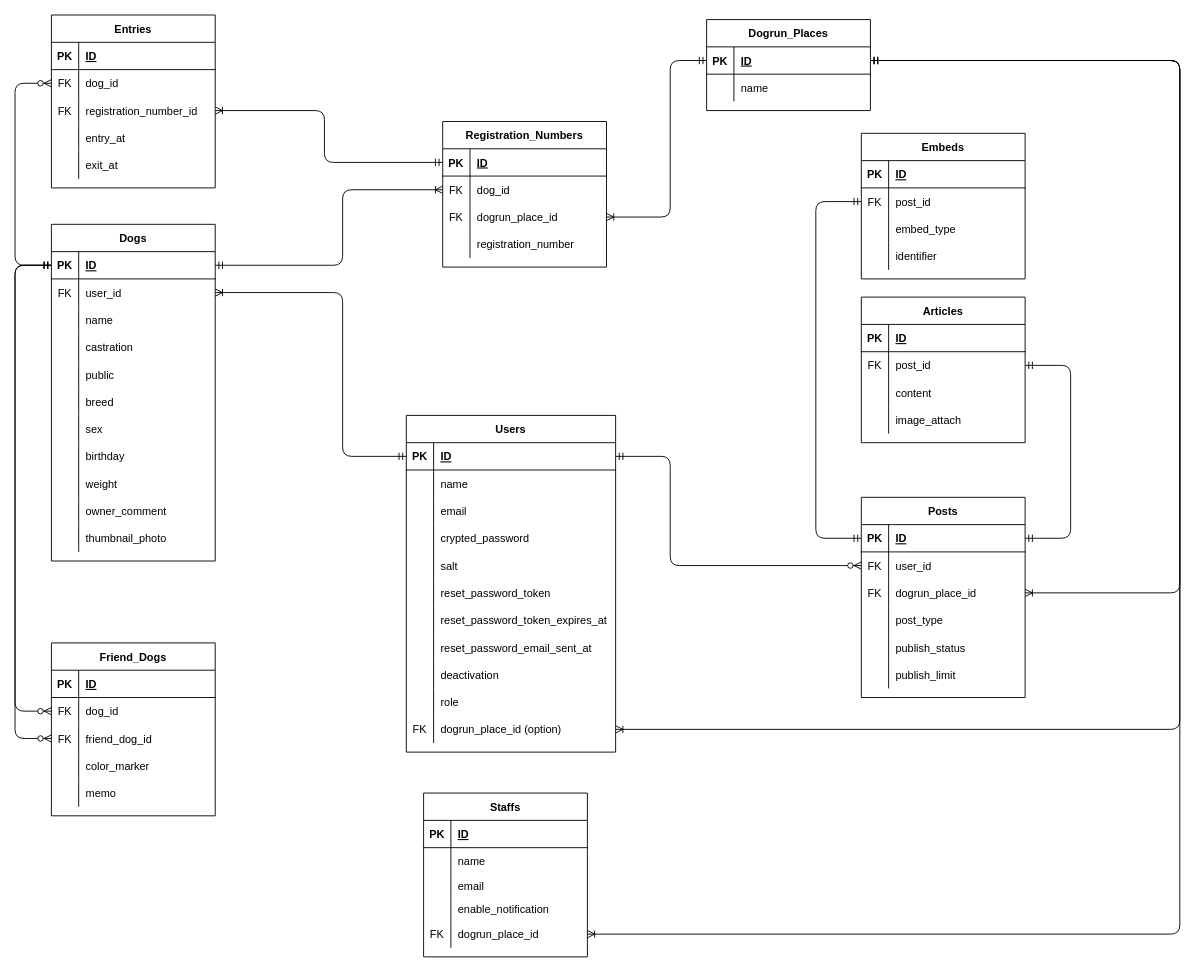
Earlier version of the draw.io diagram ER_diagram.drawio (Kedaruma-Bond/dogrun_connect_app). Source tidied: cells renumbered, new cells numbered last; positions are measured from the earlier drawing's top-left corner, leaving out a move shared by most shapes. Both pictures are drawn from the tidied source at 91%, with x=0, y=0 at pixel (15, 15).
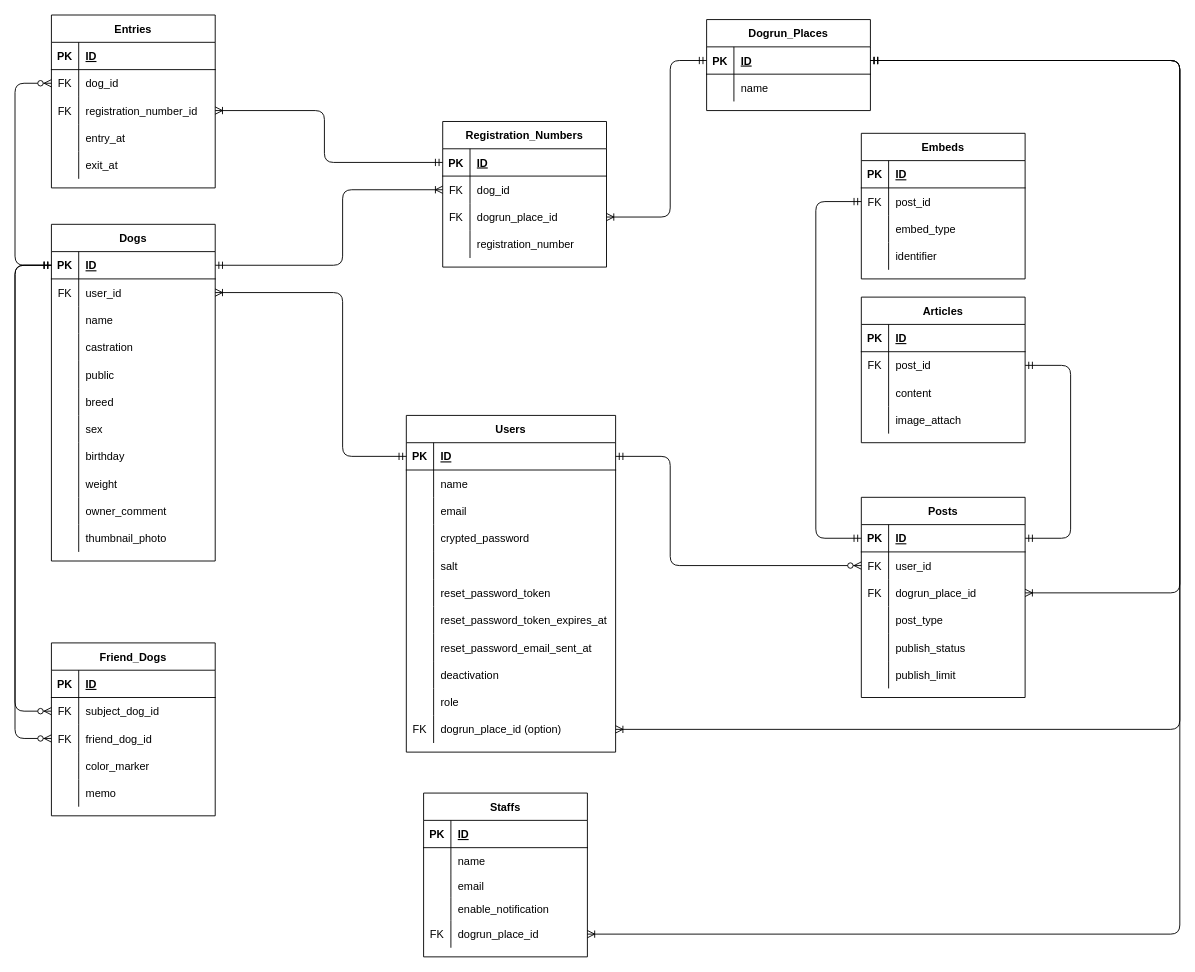
After the change.

The change refers to these unchanged cells:
```xml
<mxCell id="128" style="shape=partialRectangle;fillColor=none;top=0;left=0;bottom=0;right=0;points=[[0,0.5],[1,0.5]];portConstraint=eastwest;" parent="124" vertex="1">
  <mxGeometry y="60" width="180" height="30" as="geometry" />
</mxCell>
```

The edit, as a diff of the source:
```diff
@@
-    <mxCell id="130" value="dog_id" style="shape=partialRectangle;fillColor=none;top=0;left=0;bottom=0;right=0;align=left;spacingLeft=6;overflow=hidden;" parent="128" vertex="1">
+    <mxCell id="130" value="subject_dog_id" style="shape=partialRectangle;fillColor=none;top=0;left=0;bottom=0;right=0;align=left;spacingLeft=6;overflow=hidden;" parent="128" vertex="1">
       <mxGeometry x="30" width="150" height="30" as="geometry" />
     </mxCell>
```
